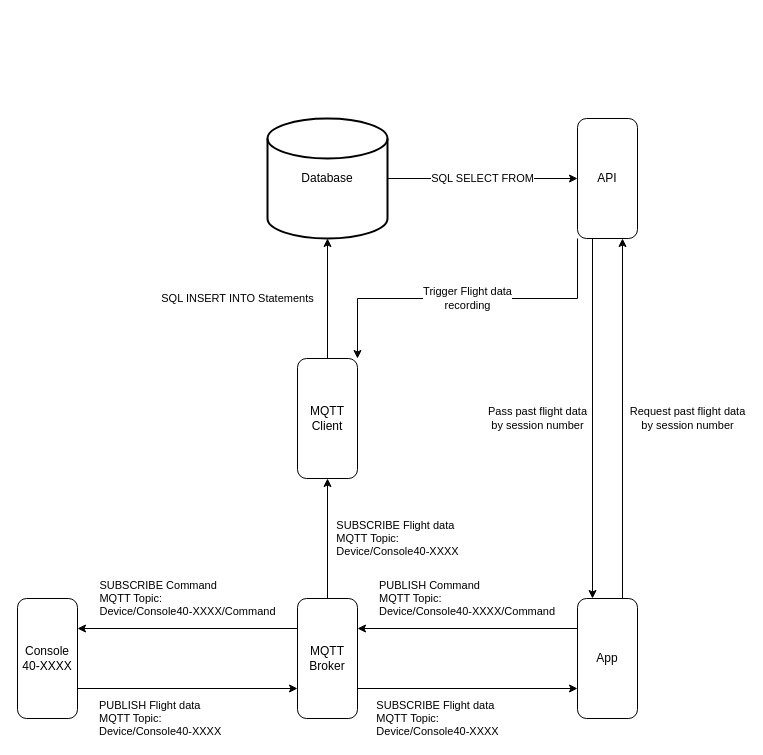
This is Flowchart.drawio from wing199901/Ground-Station, a draw.io file, before an edit. Source tidied: cells renumbered, new cells numbered last; positions are measured from the earlier drawing's top-left corner, leaving out a move shared by most shapes. Both pictures are drawn from the tidied source at 100%, with x=0, y=0 at pixel (17, 118).
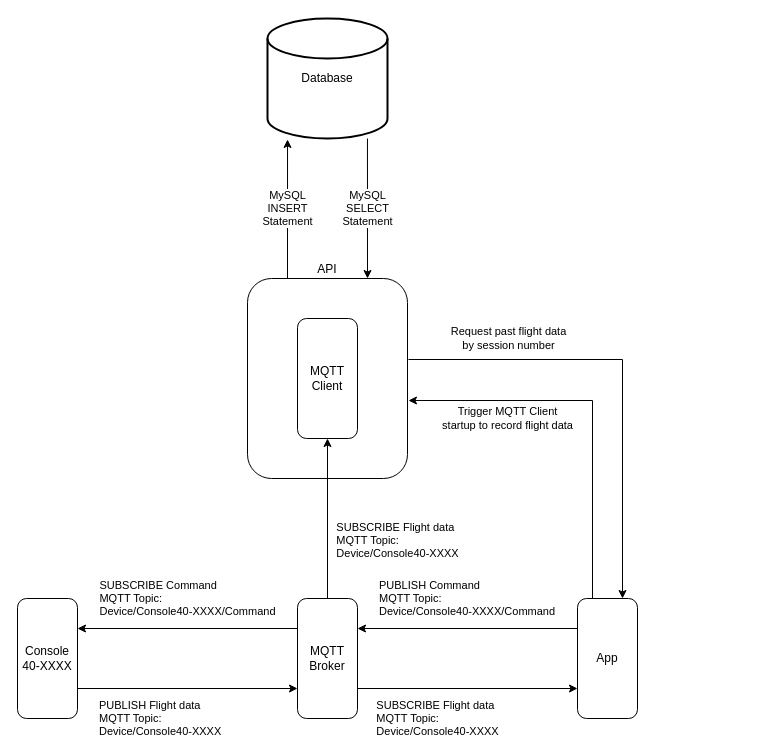
After the change.

Diff of the diagram source:
```diff
@@
 <mxGraphModel>
   <root>
     <mxCell id="0" />
     <mxCell id="1" parent="0" />
     <mxCell id="2" value="PUBLISH Flight data&lt;br&gt;MQTT Topic:&lt;br&gt;&lt;div&gt;Device/Console40-XXXX&lt;/div&gt;" style="edgeStyle=orthogonalEdgeStyle;rounded=0;jettySize=auto;html=1;exitX=0.25;exitY=1;exitDx=0;exitDy=0;entryX=0.25;entryY=0;entryDx=0;entryDy=0;align=left;" parent="1" edge="1" source="7" target="3">
       <mxGeometry x="0.82" y="90" relative="1" as="geometry" />
     </mxCell>
     <mxCell id="3" value="Console 40-XXXX" style="rounded=1;whiteSpace=wrap;html=1;direction=south;" parent="1" vertex="1">
       <mxGeometry y="480" width="60" height="120" as="geometry" />
     </mxCell>
     <mxCell id="4" value="&lt;div style=&quot;text-align: left&quot;&gt;SUBSCRIBE Command&lt;/div&gt;&lt;div style=&quot;text-align: left&quot;&gt;MQTT Topic:&lt;/div&gt;&lt;div style=&quot;text-align: left&quot;&gt;Device/Console40-XXXX/Command&lt;/div&gt;" style="edgeStyle=orthogonalEdgeStyle;rounded=0;jettySize=auto;html=1;exitX=0.75;exitY=0;exitDx=0;exitDy=0;entryX=0.75;entryY=1;entryDx=0;entryDy=0;" parent="1" edge="1" source="3" target="7">
       <mxGeometry y="90" relative="1" as="geometry" />
     </mxCell>
     <mxCell id="5" value="&lt;div style=&quot;text-align: left&quot;&gt;SUBSCRIBE Flight data&lt;/div&gt;&lt;div style=&quot;text-align: left&quot;&gt;MQTT Topic:&lt;/div&gt;&lt;div style=&quot;text-align: left&quot;&gt;Device/Console40-XXXX&lt;/div&gt;" style="edgeStyle=orthogonalEdgeStyle;rounded=0;jettySize=auto;html=1;exitX=0.75;exitY=0;exitDx=0;exitDy=0;entryX=0.75;entryY=1;entryDx=0;entryDy=0;" parent="1" edge="1" source="7" target="10">
       <mxGeometry x="-0.27" y="-30" relative="1" as="geometry" />
     </mxCell>
-    <mxCell id="6" value="&lt;div style=&quot;text-align: left&quot;&gt;SUBSCRIBE Flight data&lt;/div&gt;&lt;div style=&quot;text-align: left&quot;&gt;MQTT Topic:&lt;/div&gt;&lt;div style=&quot;text-align: left&quot;&gt;Device/Console40-XXXX&lt;/div&gt;" style="edgeStyle=orthogonalEdgeStyle;rounded=0;jettySize=auto;html=1;exitX=0;exitY=0.5;exitDx=0;exitDy=0;entryX=1;entryY=0.5;entryDx=0;entryDy=0;" parent="1" edge="1" source="7" target="14">
-      <mxGeometry y="-70" relative="1" as="geometry" />
-    </mxCell>
     <mxCell id="7" value="MQTT Broker" style="rounded=1;whiteSpace=wrap;html=1;direction=south;" parent="1" vertex="1">
       <mxGeometry x="280" y="480" width="60" height="120" as="geometry" />
     </mxCell>
     <mxCell id="8" value="PUBLISH Command&lt;br&gt;MQTT Topic:&lt;br&gt;Device/Console40-XXXX/Command" style="edgeStyle=orthogonalEdgeStyle;rounded=0;jettySize=auto;html=1;exitX=0.25;exitY=1;exitDx=0;exitDy=0;entryX=0.25;entryY=0;entryDx=0;entryDy=0;align=left;" parent="1" edge="1" source="10" target="7">
       <mxGeometry x="0.82" y="-30" relative="1" as="geometry" />
     </mxCell>
-    <mxCell id="9" value="Request past flight data&lt;br&gt;by session number" style="edgeStyle=orthogonalEdgeStyle;rounded=0;jettySize=auto;html=1;exitX=0;exitY=0.25;exitDx=0;exitDy=0;entryX=1;entryY=0.25;entryDx=0;entryDy=0;" parent="1" edge="1" source="10" target="17">
-      <mxGeometry y="-65" relative="1" as="geometry" />
+    <mxCell id="9" value="Request past flight data&lt;br&gt;by session number" style="edgeStyle=orthogonalEdgeStyle;rounded=0;jettySize=auto;html=1;exitX=0;exitY=0.25;exitDx=0;exitDy=0;entryX=0.405;entryY=-0.006;entryDx=0;entryDy=0;entryPerimeter=0;endArrow=none;endFill=0;startArrow=classic;startFill=1;" parent="1" edge="1" source="10" target="14">
+      <mxGeometry x="0.56" y="-21" relative="1" as="geometry" />
     </mxCell>
     <mxCell id="10" value="App" style="rounded=1;whiteSpace=wrap;html=1;direction=south;" parent="1" vertex="1">
       <mxGeometry x="560" y="480" width="60" height="120" as="geometry" />
     </mxCell>
-    <mxCell id="11" value="SQL SELECT FROM" style="edgeStyle=orthogonalEdgeStyle;rounded=0;jettySize=auto;html=1;exitX=1;exitY=0.5;exitDx=0;exitDy=0;exitPerimeter=0;entryX=0.5;entryY=1;entryDx=0;entryDy=0;" parent="1" edge="1" source="12" target="17">
-      <mxGeometry relative="1" as="geometry" />
-    </mxCell>
     <mxCell id="12" value="Database" style="strokeWidth=2;html=1;shape=mxgraph.flowchart.database;whiteSpace=wrap;" parent="1" vertex="1">
-      <mxGeometry x="250" width="120" height="120" as="geometry" />
+      <mxGeometry x="250" y="-100" width="120" height="120" as="geometry" />
     </mxCell>
-    <mxCell id="13" value="SQL INSERT INTO Statements" style="edgeStyle=orthogonalEdgeStyle;rounded=0;jettySize=auto;html=1;exitX=0;exitY=0.5;exitDx=0;exitDy=0;entryX=0.5;entryY=1;entryDx=0;entryDy=0;entryPerimeter=0;" parent="1" edge="1" source="14" target="12">
-      <mxGeometry y="90" relative="1" as="geometry" />
-    </mxCell>
+    <mxCell id="18" value="MySQL&lt;br&gt;INSERT&lt;br&gt;Statement" style="edgeStyle=orthogonalEdgeStyle;rounded=0;jettySize=auto;html=1;exitX=0;exitY=0.75;exitDx=0;exitDy=0;entryX=0.167;entryY=1.008;entryDx=0;entryDy=0;entryPerimeter=0;" parent="1" edge="1" source="14" target="12">
+      <mxGeometry relative="1" as="geometry" />
+    </mxCell>
+    <mxCell id="19" value="MySQL&lt;br&gt;SELECT&lt;br&gt;Statement" style="edgeStyle=orthogonalEdgeStyle;rounded=0;jettySize=auto;html=1;exitX=0;exitY=0.25;exitDx=0;exitDy=0;entryX=0.833;entryY=1;entryDx=0;entryDy=0;entryPerimeter=0;startArrow=classic;startFill=1;endArrow=none;endFill=0;" parent="1" edge="1" source="14" target="12">
+      <mxGeometry relative="1" as="geometry" />
+    </mxCell>
-    <mxCell id="14" value="MQTT Client" style="rounded=1;whiteSpace=wrap;html=1;direction=south;" parent="1" vertex="1">
-      <mxGeometry x="280" y="240" width="60" height="120" as="geometry" />
+    <mxCell id="14" value="API" style="rounded=1;whiteSpace=wrap;html=1;direction=south;labelPosition=center;verticalLabelPosition=top;align=center;verticalAlign=bottom;" parent="1" vertex="1">
+      <mxGeometry x="230" y="160" width="160" height="200" as="geometry" />
     </mxCell>
-    <mxCell id="15" value="Pass past flight data&lt;br&gt;by session number" style="edgeStyle=orthogonalEdgeStyle;rounded=0;jettySize=auto;html=1;exitX=1;exitY=0.75;exitDx=0;exitDy=0;entryX=0;entryY=0.75;entryDx=0;entryDy=0;" parent="1" edge="1" source="17" target="10">
-      <mxGeometry y="-55" relative="1" as="geometry" />
+    <mxCell id="15" value="Trigger MQTT Client&lt;br&gt;startup to record flight data" style="edgeStyle=orthogonalEdgeStyle;rounded=0;jettySize=auto;html=1;exitX=0.61;exitY=-0.006;exitDx=0;exitDy=0;entryX=0;entryY=0.75;entryDx=0;entryDy=0;exitPerimeter=0;startArrow=classic;startFill=1;endArrow=none;endFill=0;" parent="1" edge="1" source="14" target="10">
+      <mxGeometry x="-0.48" y="-18" relative="1" as="geometry" />
     </mxCell>
-    <mxCell id="16" value="Trigger Flight data&lt;br&gt;recording" style="edgeStyle=orthogonalEdgeStyle;rounded=0;jettySize=auto;html=1;exitX=1;exitY=1;exitDx=0;exitDy=0;entryX=0;entryY=0;entryDx=0;entryDy=0;" parent="1" edge="1" source="17" target="14">
-      <mxGeometry relative="1" as="geometry" />
-    </mxCell>
-    <mxCell id="17" value="API" style="rounded=1;whiteSpace=wrap;html=1;direction=south;" parent="1" vertex="1">
-      <mxGeometry x="560" width="60" height="120" as="geometry" />
-    </mxCell>
+    <mxCell id="20" value="MQTT Client" style="rounded=1;whiteSpace=wrap;html=1;direction=south;" parent="1" vertex="1">
+      <mxGeometry x="280" y="200" width="60" height="120" as="geometry" />
+    </mxCell>
+    <mxCell id="6" value="&lt;div style=&quot;text-align: left&quot;&gt;SUBSCRIBE Flight data&lt;/div&gt;&lt;div style=&quot;text-align: left&quot;&gt;MQTT Topic:&lt;/div&gt;&lt;div style=&quot;text-align: left&quot;&gt;Device/Console40-XXXX&lt;/div&gt;" style="edgeStyle=orthogonalEdgeStyle;rounded=0;jettySize=auto;html=1;exitX=0;exitY=0.5;exitDx=0;exitDy=0;entryX=1;entryY=0.5;entryDx=0;entryDy=0;" parent="1" edge="1" source="7" target="20">
+      <mxGeometry x="-0.28" y="-70" relative="1" as="geometry" />
+    </mxCell>
   </root>
 </mxGraphModel>
```
